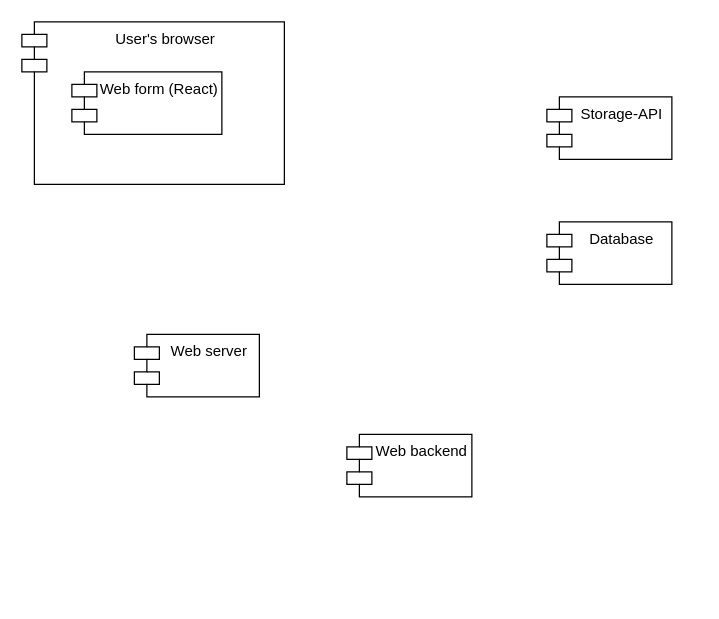
Above: model/Untitled Diagram.drawio in magnus-schj/Wishlist (draw.io), before the change. Source tidied: cells renumbered, new cells numbered last; positions are measured from the earlier drawing's top-left corner, leaving out a move shared by most shapes. Both pictures are drawn from the tidied source at 125%, with x=0, y=0 at pixel (21, 21).
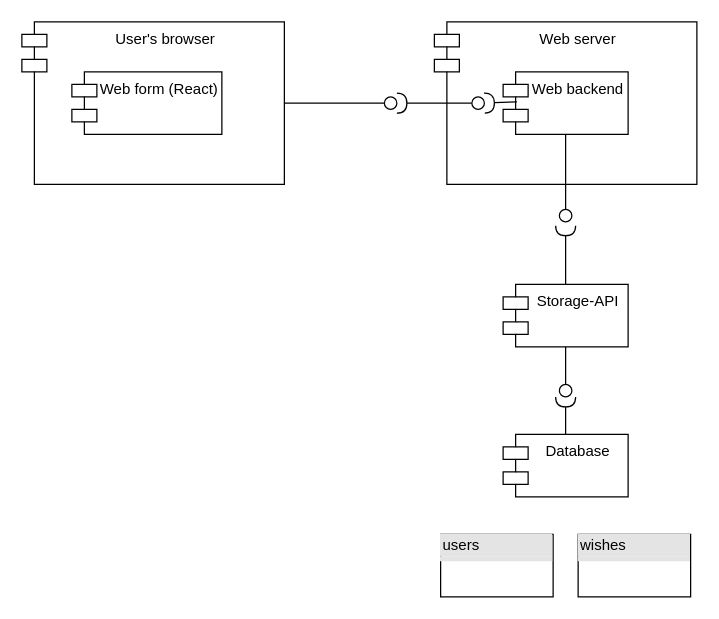
After the change.

What changed in the source:
```diff
@@
     <mxCell id="2" value="Database" style="shape=module;align=left;spacingLeft=20;align=center;verticalAlign=top;" parent="1" vertex="1">
-      <mxGeometry x="420" y="160" width="100" height="50" as="geometry" />
+      <mxGeometry x="385" y="330" width="100" height="50" as="geometry" />
     </mxCell>
     <mxCell id="3" value="Storage-API" style="shape=module;align=left;spacingLeft=20;align=center;verticalAlign=top;" parent="1" vertex="1">
-      <mxGeometry x="420" y="60" width="100" height="50" as="geometry" />
+      <mxGeometry x="385" y="210" width="100" height="50" as="geometry" />
     </mxCell>
+    <mxCell id="8" style="group;" parent="1" vertex="1">
+      <mxGeometry width="210" height="130" as="geometry" />
+    </mxCell>
-    <mxCell id="4" value="User's browser" style="shape=module;align=left;spacingLeft=20;align=center;verticalAlign=top;" parent="1" vertex="1">
+    <mxCell id="4" value="User's browser" style="shape=module;align=left;spacingLeft=20;align=center;verticalAlign=top;" parent="8" vertex="1">
       <mxGeometry width="210" height="130" as="geometry" />
     </mxCell>
-    <mxCell id="5" value="Web form (React)" style="shape=module;align=left;spacingLeft=20;align=center;verticalAlign=top;" parent="1" vertex="1">
+    <mxCell id="5" value="Web form (React)" style="shape=module;align=left;spacingLeft=20;align=center;verticalAlign=top;" parent="8" vertex="1">
       <mxGeometry x="40" y="40" width="120" height="50" as="geometry" />
     </mxCell>
+    <mxCell id="9" style="group;" parent="1" vertex="1">
+      <mxGeometry x="330" width="210" height="130" as="geometry" />
+    </mxCell>
-    <mxCell id="6" value="Web server" style="shape=module;align=left;spacingLeft=20;align=center;verticalAlign=top;" parent="1" vertex="1">
-      <mxGeometry x="90" y="250" width="100" height="50" as="geometry" />
+    <mxCell id="6" value="Web server" style="shape=module;align=left;spacingLeft=20;align=center;verticalAlign=top;" parent="9" vertex="1">
+      <mxGeometry width="210" height="130" as="geometry" />
     </mxCell>
-    <mxCell id="7" value="Web backend" style="shape=module;align=left;spacingLeft=20;align=center;verticalAlign=top;" parent="1" vertex="1">
-      <mxGeometry x="260" y="330" width="100" height="50" as="geometry" />
+    <mxCell id="7" value="Web backend" style="shape=module;align=left;spacingLeft=20;align=center;verticalAlign=top;" parent="9" vertex="1">
+      <mxGeometry x="55" y="40" width="100" height="50" as="geometry" />
     </mxCell>
+    <mxCell id="10" style="rounded=0;jettySize=auto;html=1;endArrow=none;endFill=0;exitX=1;exitY=0.5;exitDx=0;exitDy=0;startArrow=none;" parent="1" edge="1" source="12">
+      <mxGeometry relative="1" as="geometry">
+        <mxPoint x="300" y="65" as="targetPoint" />
+      </mxGeometry>
+    </mxCell>
+    <mxCell id="11" style="rounded=0;jettySize=auto;html=1;endArrow=halfCircle;endFill=0;endSize=6;strokeWidth=1;exitX=0;exitY=0.5;exitDx=10;exitDy=0;exitPerimeter=0;" parent="1" edge="1" source="6">
+      <mxGeometry relative="1" as="geometry">
+        <mxPoint x="300" y="65" as="targetPoint" />
+      </mxGeometry>
+    </mxCell>
+    <mxCell id="12" style="ellipse;whiteSpace=wrap;html=1;fontFamily=Helvetica;fontSize=12;fontColor=#000000;align=center;strokeColor=#000000;fillColor=#ffffff;points=[];" parent="1" vertex="1">
+      <mxGeometry x="290" y="60" width="10" height="10" as="geometry" />
+    </mxCell>
+    <mxCell id="13" style="rounded=0;jettySize=auto;html=1;endArrow=none;endFill=0;exitX=1;exitY=0.5;exitDx=0;exitDy=0;" parent="1" edge="1" source="4" target="12">
+      <mxGeometry relative="1" as="geometry" />
+    </mxCell>
+    <mxCell id="14" style="rounded=0;jettySize=auto;html=1;endArrow=none;endFill=0;exitX=0;exitY=0.5;exitDx=10;exitDy=0;exitPerimeter=0;" parent="1" edge="1" source="6" target="15">
+      <mxGeometry relative="1" as="geometry" />
+    </mxCell>
+    <mxCell id="15" style="ellipse;whiteSpace=wrap;html=1;fontFamily=Helvetica;fontSize=12;fontColor=#000000;align=center;strokeColor=#000000;fillColor=#ffffff;points=[];" parent="1" vertex="1">
+      <mxGeometry x="360" y="60" width="10" height="10" as="geometry" />
+    </mxCell>
+    <mxCell id="16" style="rounded=0;jettySize=auto;html=1;endArrow=halfCircle;endFill=0;endSize=6;strokeWidth=1;exitX=0.11;exitY=0.48;exitDx=0;exitDy=0;exitPerimeter=0;entryX=1;entryY=0.5;entryDx=0;entryDy=0;entryPerimeter=0;" parent="1" edge="1" source="7" target="15">
+      <mxGeometry relative="1" as="geometry" />
+    </mxCell>
+    <mxCell id="17" style="rounded=0;jettySize=auto;html=1;endArrow=halfCircle;endFill=0;endSize=6;strokeWidth=1;exitX=0.5;exitY=0;exitDx=0;exitDy=0;startArrow=none;" parent="1" edge="1" source="3">
+      <mxGeometry relative="1" as="geometry">
+        <mxPoint x="435" y="163" as="targetPoint" />
+      </mxGeometry>
+    </mxCell>
+    <mxCell id="18" style="ellipse;whiteSpace=wrap;html=1;fontFamily=Helvetica;fontSize=12;fontColor=#000000;align=center;strokeColor=#000000;fillColor=#ffffff;points=[];" parent="1" vertex="1">
+      <mxGeometry x="430" y="150" width="10" height="10" as="geometry" />
+    </mxCell>
+    <mxCell id="19" style="rounded=0;jettySize=auto;html=1;endArrow=none;endFill=0;endSize=6;strokeWidth=1;exitX=0.5;exitY=1;exitDx=0;exitDy=0;" parent="1" edge="1" source="7" target="18">
+      <mxGeometry relative="1" as="geometry" />
+    </mxCell>
+    <mxCell id="20" style="rounded=0;jettySize=auto;html=1;endArrow=none;endFill=0;exitX=0.5;exitY=1;exitDx=0;exitDy=0;" parent="1" edge="1" source="3">
+      <mxGeometry relative="1" as="geometry">
+        <mxPoint x="435" y="290" as="targetPoint" />
+      </mxGeometry>
+    </mxCell>
+    <mxCell id="21" style="rounded=0;jettySize=auto;html=1;endArrow=halfCircle;endFill=0;endSize=6;strokeWidth=1;exitX=0.5;exitY=0;exitDx=0;exitDy=0;" parent="1" edge="1" source="2">
+      <mxGeometry relative="1" as="geometry">
+        <mxPoint x="435" y="300" as="targetPoint" />
+      </mxGeometry>
+    </mxCell>
+    <mxCell id="22" style="ellipse;whiteSpace=wrap;html=1;fontFamily=Helvetica;fontSize=12;fontColor=#000000;align=center;strokeColor=#000000;fillColor=#ffffff;" parent="1" vertex="1">
+      <mxGeometry x="430" y="290" width="10" height="10" as="geometry" />
+    </mxCell>
+    <mxCell id="23" value="&lt;div style=&quot;box-sizing: border-box ; width: 100% ; background: #e4e4e4 ; padding: 2px&quot;&gt;users&lt;/div&gt;&lt;div style=&quot;box-sizing: border-box ; width: 100% ; background: #e4e4e4 ; padding: 2px&quot;&gt;&lt;table style=&quot;width: 100% ; font-size: 1em&quot; cellpadding=&quot;2&quot; cellspacing=&quot;0&quot;&gt;&lt;tbody&gt;&lt;/tbody&gt;&lt;/table&gt;&lt;/div&gt;" style="verticalAlign=top;align=left;overflow=fill;html=1;" parent="1" vertex="1">
+      <mxGeometry x="335" y="410" width="90" height="50" as="geometry" />
+    </mxCell>
+    <mxCell id="24" value="&lt;div style=&quot;box-sizing: border-box ; width: 100% ; background: #e4e4e4 ; padding: 2px&quot;&gt;wishes&lt;/div&gt;&lt;div style=&quot;box-sizing: border-box ; width: 100% ; background: #e4e4e4 ; padding: 2px&quot;&gt;&lt;table style=&quot;width: 100% ; font-size: 1em&quot; cellpadding=&quot;2&quot; cellspacing=&quot;0&quot;&gt;&lt;tbody&gt;&lt;/tbody&gt;&lt;/table&gt;&lt;/div&gt;" style="verticalAlign=top;align=left;overflow=fill;html=1;" parent="1" vertex="1">
+      <mxGeometry x="445" y="410" width="90" height="50" as="geometry" />
+    </mxCell>
```
